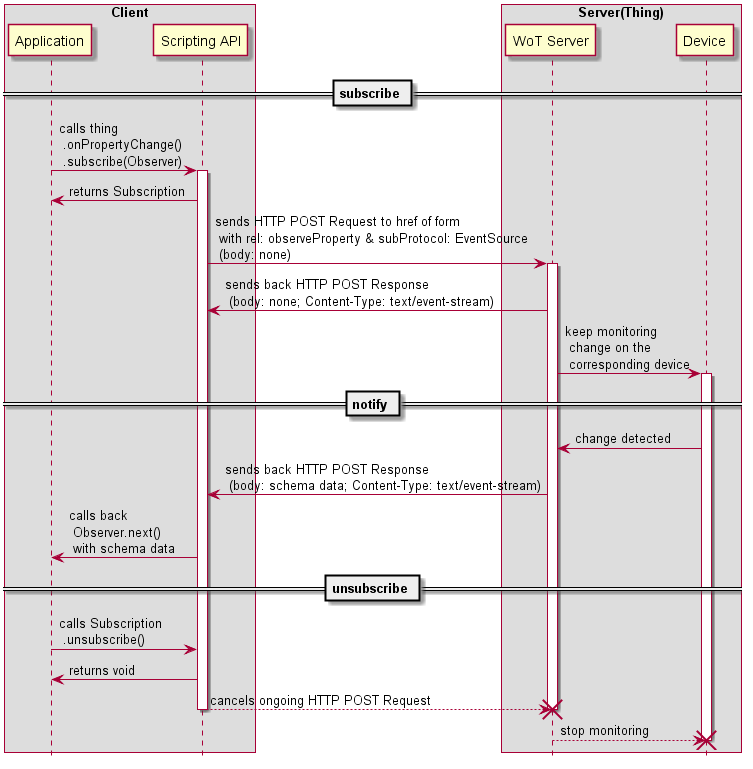
The PlantUML diagram images/message-flows/A_1_3b_observePropertySSE.png in w3c/wot-architecture, before a commit. Source of this version:
```plantuml
@startuml
hide footbox

box "Client"
participant "Application" as AP
participant "Scripting API" as SA
end box

box "Server(Thing)"
participant "WoT Server" as WS
participant "Device" as DC
end box

== subscribe ==

AP  -> SA: calls thing \n .onPropertyChange() \n .subscribe(Observer)
activate SA
SA  -> AP: returns Subscription
SA  -> WS: sends HTTP POST Request to href of form \n with rel: observeProperty & subProtocol: EventSource \n (body: none)
activate WS
WS  -> SA: sends back HTTP POST Response \n (body: none; Content-Type: text/event-stream)
WS  -> DC: keep monitoring  \n change on the \n corresponding device
activate DC

== notify ==

DC  -> WS: change detected
WS  -> SA: sends back HTTP POST Response \n (body: schema data; Content-Type: text/event-stream)
SA  -> AP: calls back \n Observer.next() \n with schema data

== unsubscribe ==

AP  -> SA: calls Subscription \n .unsubscribe()
SA  -> AP: returns void
SA --> WS: cancels ongoing HTTP POST Request
deactivate SA
destroy WS
WS --> DC: stop monitoring
destroy DC
@enduml
```
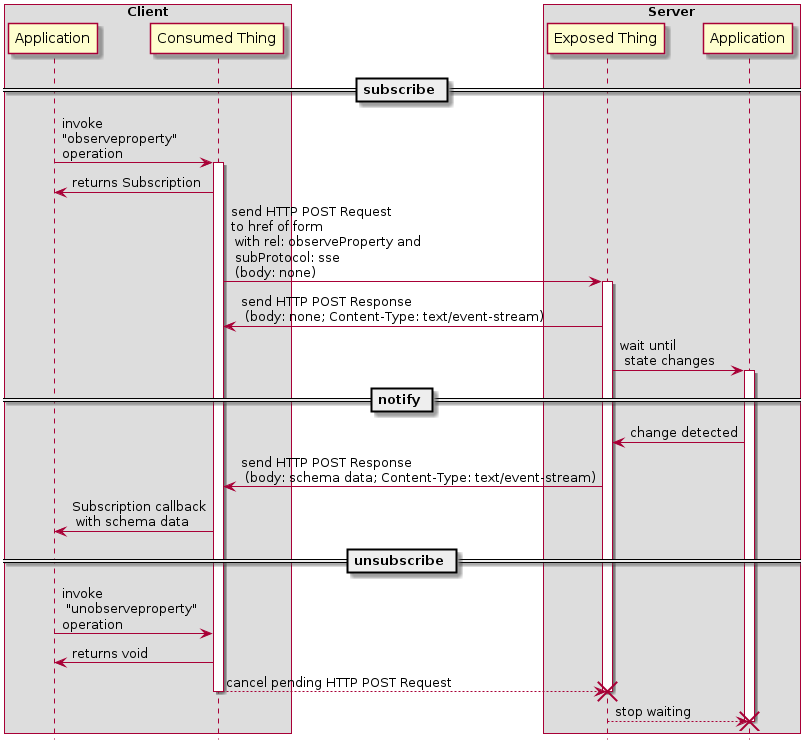
The same diagram one commit later.

What changed in the source:
```diff
@@ -3,38 +3,38 @@
 
 box "Client"
 participant "Application" as AP
-participant "Scripting API" as SA
+participant "Consumed Thing" as SA
 end box
 
-box "Server(Thing)"
-participant "WoT Server" as WS
-participant "Device" as DC
+box "Server"
+participant "Exposed Thing" as WS
+participant "Application" as DC
 end box
 
 == subscribe ==
 
-AP  -> SA: calls thing \n .onPropertyChange() \n .subscribe(Observer)
+AP  -> SA: invoke\n"observeproperty"\noperation
 activate SA
 SA  -> AP: returns Subscription
-SA  -> WS: sends HTTP POST Request to href of form \n with rel: observeProperty & subProtocol: EventSource \n (body: none)
+SA  -> WS: send HTTP POST Request\nto href of form\n with rel: observeProperty and\n subProtocol: sse \n (body: none)
 activate WS
-WS  -> SA: sends back HTTP POST Response \n (body: none; Content-Type: text/event-stream)
-WS  -> DC: keep monitoring  \n change on the \n corresponding device
+WS  -> SA: send HTTP POST Response\n (body: none; Content-Type: text/event-stream)
+WS  -> DC: wait until\n state changes
 activate DC
 
 == notify ==
 
 DC  -> WS: change detected
-WS  -> SA: sends back HTTP POST Response \n (body: schema data; Content-Type: text/event-stream)
-SA  -> AP: calls back \n Observer.next() \n with schema data
+WS  -> SA: send HTTP POST Response\n (body: schema data; Content-Type: text/event-stream)
+SA  -> AP: Subscription callback\n with schema data
 
 == unsubscribe ==
 
-AP  -> SA: calls Subscription \n .unsubscribe()
+AP  -> SA: invoke\n "unobserveproperty"\noperation
 SA  -> AP: returns void
-SA --> WS: cancels ongoing HTTP POST Request
+SA --> WS: cancel pending HTTP POST Request
 deactivate SA
 destroy WS
-WS --> DC: stop monitoring
+WS --> DC: stop waiting
 destroy DC
 @enduml
```
